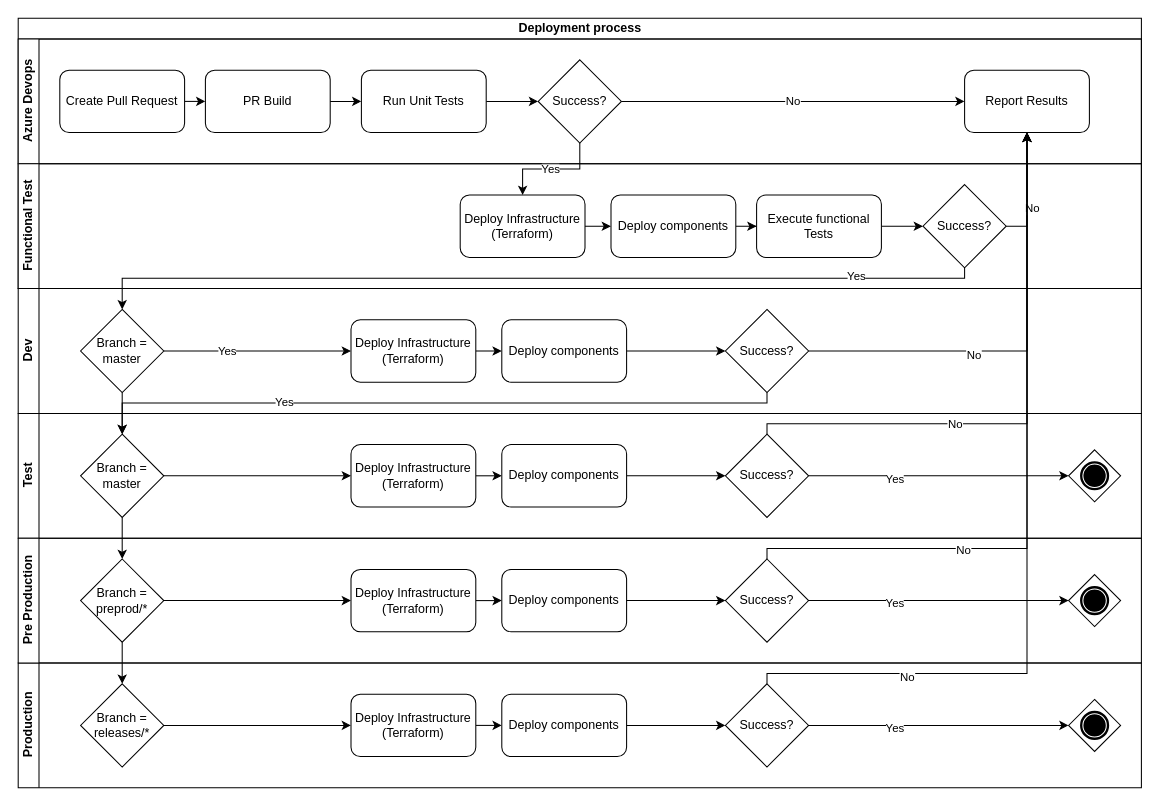
The draw.io diagram page "Deployment Architecture" (14 of 21) of documentation/architecture/Example-Diagrams.drawio in DFE-Digital/education-benchmarking-and-insights, before the edit. Source tidied: cells renumbered, new cells numbered last; positions are measured from the earlier drawing's top-left corner, leaving out a move shared by most shapes. Both pictures are drawn from the tidied source at 104%, with x=0, y=0 at pixel (18, 18).
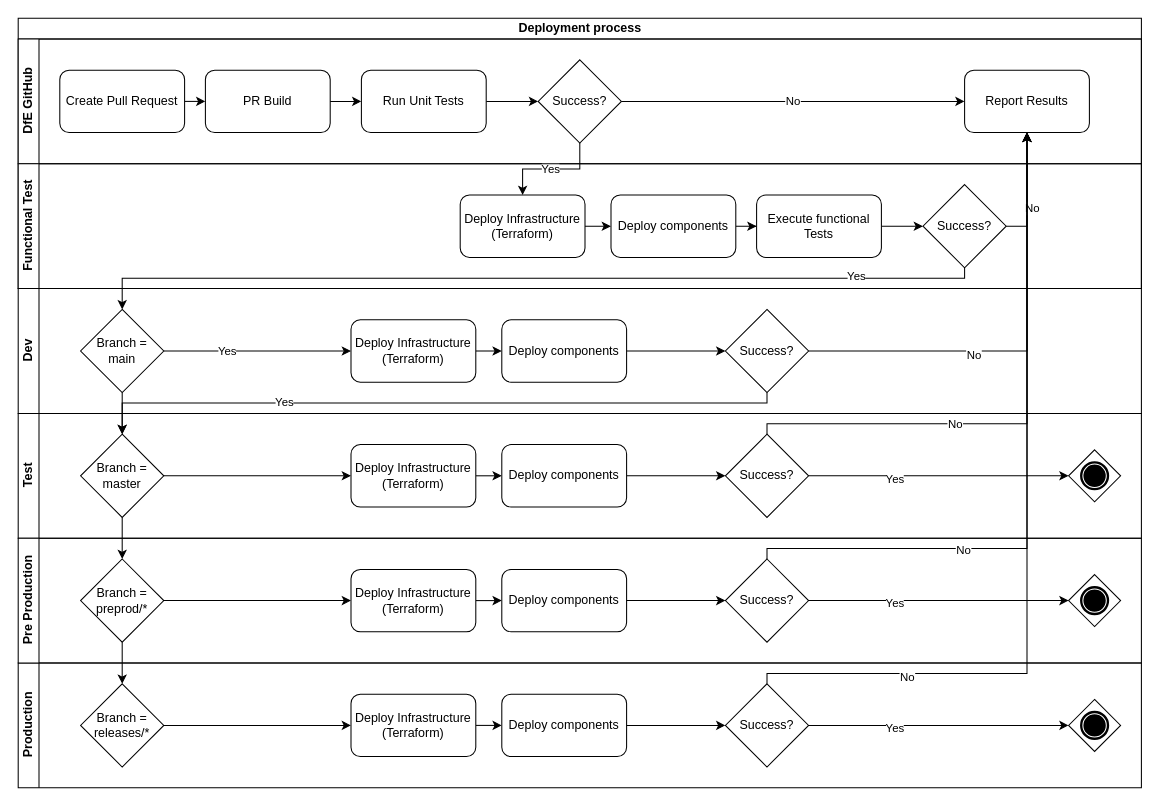
The same diagram, later.

Commit message (it also covers changes not shown here):
Adds files missed from previous commit

Unchanged cells that the change refers to:
```xml
<mxCell id="2" value="Deployment process" style="swimlane;html=1;horizontal=1;startSize=20;" parent="1" vertex="1">
  <mxGeometry width="1080" height="260" as="geometry" />
</mxCell>
<mxCell id="57" value="Dev" style="swimlane;html=1;startSize=20;horizontal=0;" parent="1" vertex="1">
  <mxGeometry y="260" width="1080" height="120" as="geometry" />
</mxCell>
```

Change to the diagram source:
```diff
@@
-    <mxCell id="3" value="Azure Devops" style="swimlane;html=1;startSize=20;horizontal=0;" parent="2" vertex="1">
+    <mxCell id="3" value="DfE GitHub" style="swimlane;html=1;startSize=20;horizontal=0;" parent="2" vertex="1">
       <mxGeometry y="20" width="1080" height="120" as="geometry" />
     </mxCell>
@@
-    <mxCell id="64" value="Branch = master" style="rhombus;whiteSpace=wrap;html=1;" parent="57" vertex="1">
+    <mxCell id="64" value="Branch = &lt;br&gt;main" style="rhombus;whiteSpace=wrap;html=1;" parent="57" vertex="1">
       <mxGeometry x="60" y="20" width="80" height="80" as="geometry" />
     </mxCell>
```
